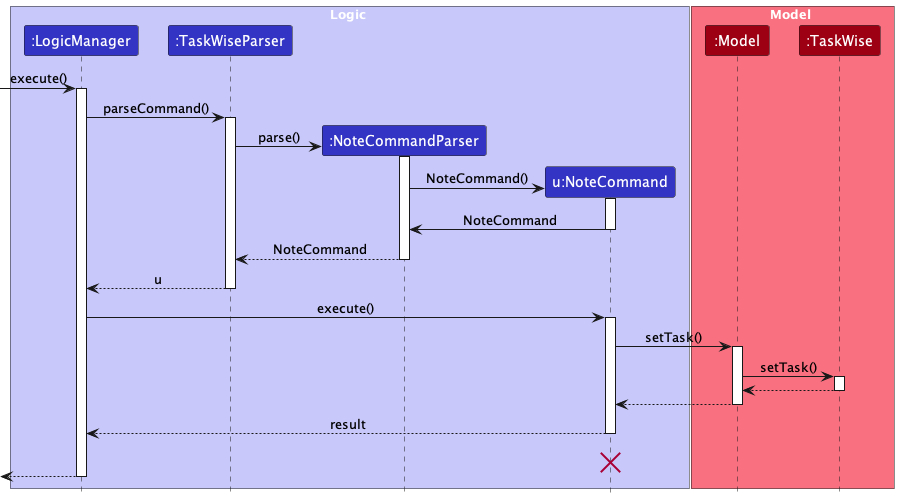
Above: docs/images/NoteSequenceDiagram.png in seantehds/tp (PlantUML), before the change.
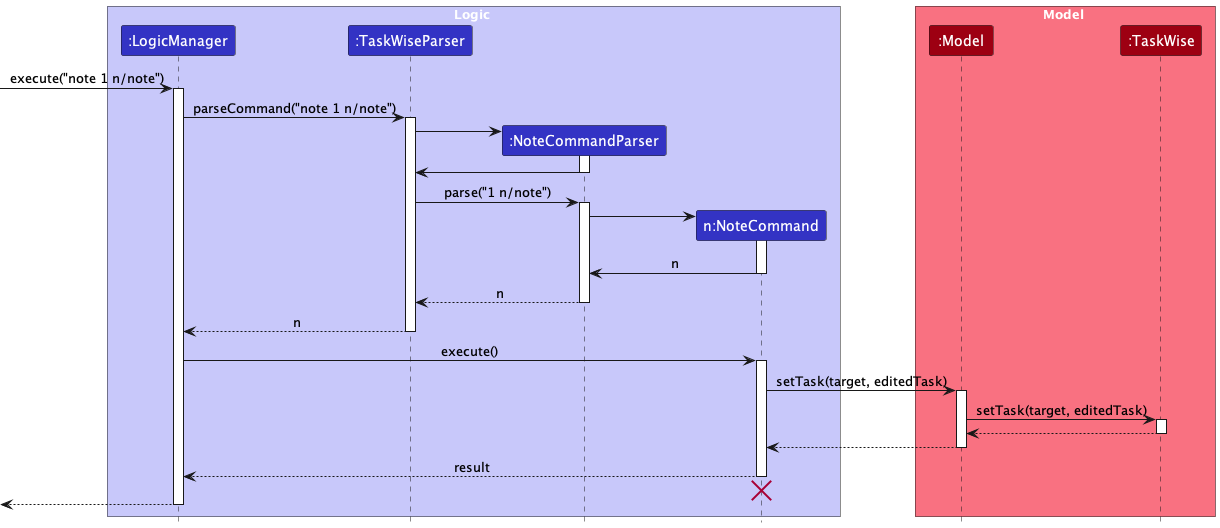
Later version of the same file.

Commit message:
Add activity diagrams for view and note and edit sequence diagrams

The edit, as a diff of the source:
```diff
@@ -6,43 +6,49 @@
 participant ":LogicManager" as LogicManager LOGIC_COLOR
 participant ":TaskWiseParser" as TaskWiseParser LOGIC_COLOR
 participant ":NoteCommandParser" as NoteCommandParser LOGIC_COLOR
-participant "u:NoteCommand" as NoteCommand LOGIC_COLOR
+participant "n:NoteCommand" as NoteCommand LOGIC_COLOR
 end box
 
 box Model MODEL_COLOR_T1
 participant ":Model" as Model MODEL_COLOR
 participant ":TaskWise" as TaskWise MODEL_COLOR
 end box
-[-> LogicManager : execute()
+[-> LogicManager : execute("note 1 n/note")
 activate LogicManager
 
-LogicManager -> TaskWiseParser : parseCommand()
+LogicManager -> TaskWiseParser : parseCommand("note 1 n/note")
 activate TaskWiseParser
 
 create NoteCommandParser
-TaskWiseParser -> NoteCommandParser : parse()
+TaskWiseParser -> NoteCommandParser
+activate NoteCommandParser
+
+NoteCommandParser -> TaskWiseParser
+deactivate NoteCommandParser
+
+TaskWiseParser -> NoteCommandParser : parse("1 n/note")
 activate NoteCommandParser
 
 create NoteCommand
-NoteCommandParser -> NoteCommand : NoteCommand()
+NoteCommandParser -> NoteCommand
 activate NoteCommand
 
-NoteCommand -> NoteCommandParser : NoteCommand
+NoteCommand -> NoteCommandParser : n
 deactivate NoteCommand
 
-NoteCommandParser --> TaskWiseParser : NoteCommand
+NoteCommandParser --> TaskWiseParser : n
 deactivate NoteCommandParser
 
-TaskWiseParser --> LogicManager : u
+TaskWiseParser --> LogicManager : n
 deactivate TaskWiseParser
 
 LogicManager -> NoteCommand : execute()
 activate NoteCommand
 
-NoteCommand -> Model : setTask()
+NoteCommand -> Model : setTask(target, editedTask)
 activate Model
 
-Model -> TaskWise : setTask()
+Model -> TaskWise : setTask(target, editedTask)
 activate TaskWise
 
 TaskWise --> Model :
@@ -53,7 +59,8 @@
 
 NoteCommand --> LogicManager : result
 deactivate NoteCommand
-NoteCommand -[hidden]-> LogicManager : result
+
+NoteCommand -[hidden]-> LogicManager
 destroy NoteCommand
 
 [<--LogicManager
```
